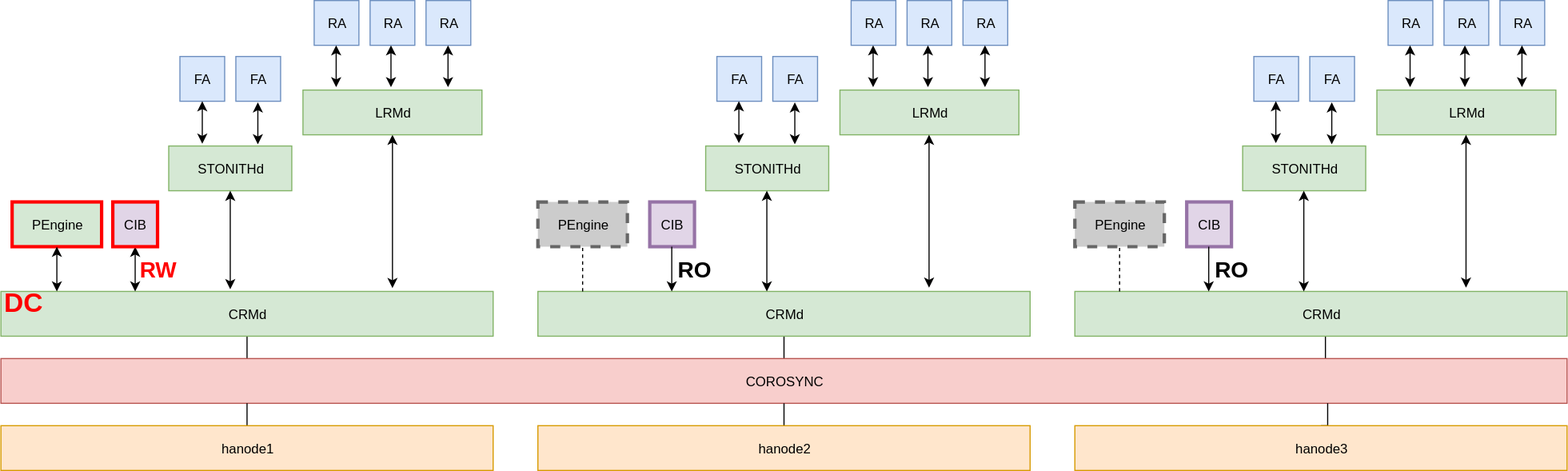
Earlier version of the draw.io export docs/workshop/fr/medias/pcmk_diag1-dc.svg (ClusterLabs/PAF). Source tidied: cells renumbered, new cells last; positions are measured from the earlier drawing's top-left corner, leaving out a move shared by most shapes.
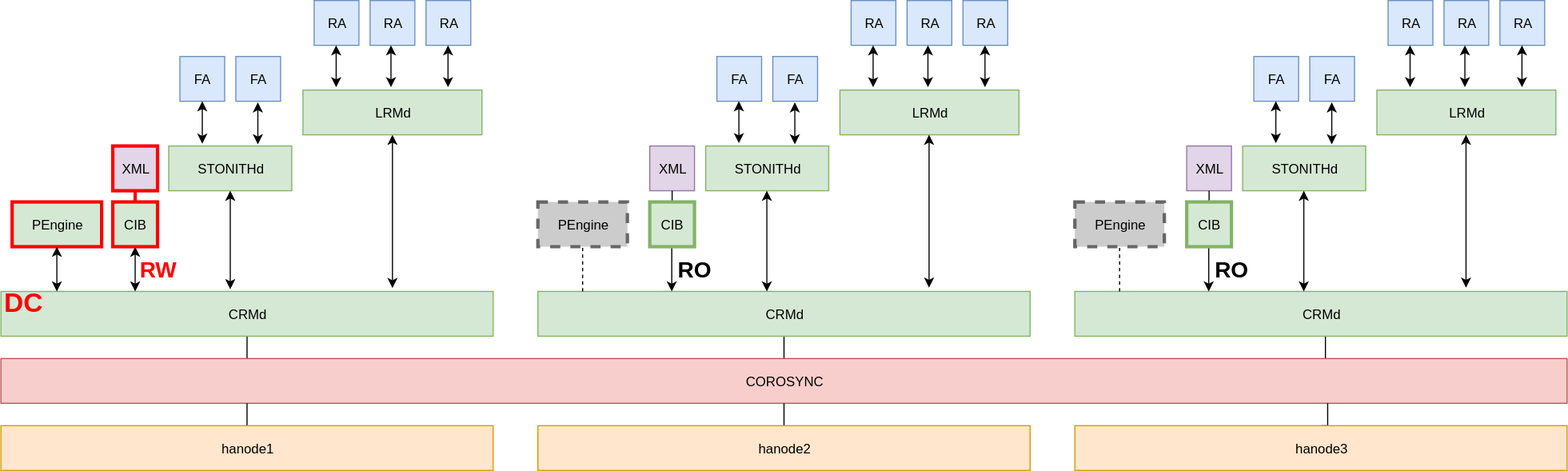
After the commit.

Diff of the diagram source:
```diff
@@ -11,7 +11,7 @@
     <mxCell id="4" style="edgeStyle=orthogonalEdgeStyle;rounded=0;html=1;exitX=0.5;exitY=1;entryX=0.272;entryY=0;entryPerimeter=0;startArrow=classic;startFill=1;endArrow=classic;endFill=1;jettySize=auto;" parent="1" edge="1" source="5" target="3">
       <mxGeometry relative="1" as="geometry" />
     </mxCell>
-    <mxCell id="5" value="CIB" style="rounded=0;whiteSpace=wrap;html=1;fillColor=#e1d5e7;strokeColor=#FF0000;strokeWidth=3;" parent="1" vertex="1">
+    <mxCell id="5" value="CIB" style="rounded=0;whiteSpace=wrap;html=1;fillColor=#d5e8d4;strokeColor=#FF0000;strokeWidth=3;" parent="1" vertex="1">
       <mxGeometry x="100" y="180" width="40" height="40" as="geometry" />
     </mxCell>
     <mxCell id="6" value="STONITHd" style="rounded=0;whiteSpace=wrap;html=1;fillColor=#d5e8d4;strokeColor=#82b366;" parent="1" vertex="1">
@@ -47,9 +47,6 @@
     <mxCell id="16" value="CRMd" style="rounded=0;whiteSpace=wrap;html=1;fillColor=#d5e8d4;strokeColor=#82b366;" parent="1" vertex="1">
       <mxGeometry x="480" y="260" width="440" height="40" as="geometry" />
     </mxCell>
-    <mxCell id="17" value="CIB" style="rounded=0;whiteSpace=wrap;html=1;fillColor=#e1d5e7;strokeColor=#9673a6;strokeWidth=3;" parent="1" vertex="1">
-      <mxGeometry x="580" y="180" width="40" height="40" as="geometry" />
-    </mxCell>
     <mxCell id="18" value="STONITHd" style="rounded=0;whiteSpace=wrap;html=1;fillColor=#d5e8d4;strokeColor=#82b366;" parent="1" vertex="1">
       <mxGeometry x="630" y="130" width="110" height="40" as="geometry" />
     </mxCell>
@@ -77,9 +74,6 @@
     <mxCell id="26" value="CRMd" style="rounded=0;whiteSpace=wrap;html=1;fillColor=#d5e8d4;strokeColor=#82b366;" parent="1" vertex="1">
       <mxGeometry x="960" y="260" width="440" height="40" as="geometry" />
     </mxCell>
-    <mxCell id="27" value="CIB" style="rounded=0;whiteSpace=wrap;html=1;fillColor=#e1d5e7;strokeColor=#9673a6;strokeWidth=3;" parent="1" vertex="1">
-      <mxGeometry x="1060" y="180" width="40" height="40" as="geometry" />
-    </mxCell>
     <mxCell id="28" value="STONITHd" style="rounded=0;whiteSpace=wrap;html=1;fillColor=#d5e8d4;strokeColor=#82b366;" parent="1" vertex="1">
       <mxGeometry x="1110" y="130" width="110" height="40" as="geometry" />
     </mxCell>
@@ -288,5 +282,29 @@
     <mxCell id="73" style="edgeStyle=orthogonalEdgeStyle;rounded=0;html=1;exitX=0.25;exitY=1;entryX=0.25;entryY=1;jettySize=auto;orthogonalLoop=1;fontSize=24;fontColor=#FF0000;" parent="1" edge="1" source="48" target="48">
       <mxGeometry relative="1" as="geometry" />
     </mxCell>
+    <mxCell id="74" value="XML" style="rounded=0;whiteSpace=wrap;html=1;fillColor=#e1d5e7;strokeColor=#9673a6;" parent="1" vertex="1">
+      <mxGeometry x="580" y="130" width="40" height="40" as="geometry" />
+    </mxCell>
+    <mxCell id="75" style="endArrow=none;html=1;fontSize=24;fontColor=#FF0000;exitX=0.5;exitY=0;entryX=0.5;entryY=1;" parent="1" edge="1" source="17" target="74">
+      <mxGeometry relative="1" as="geometry" />
+    </mxCell>
+    <mxCell id="76" value="XML" style="rounded=0;whiteSpace=wrap;html=1;fillColor=#e1d5e7;strokeColor=#9673a6;" parent="1" vertex="1">
+      <mxGeometry x="1060" y="130" width="40" height="40" as="geometry" />
+    </mxCell>
+    <mxCell id="77" style="endArrow=none;html=1;fontSize=24;fontColor=#FF0000;exitX=0.5;exitY=0;entryX=0.5;entryY=1;" parent="1" edge="1" source="27" target="76">
+      <mxGeometry relative="1" as="geometry" />
+    </mxCell>
+    <mxCell id="27" value="CIB" style="rounded=0;whiteSpace=wrap;html=1;fillColor=#d5e8d4;strokeColor=#82b366;strokeWidth=3;" parent="1" vertex="1">
+      <mxGeometry x="1060" y="180" width="40" height="40" as="geometry" />
+    </mxCell>
+    <mxCell id="17" value="CIB" style="rounded=0;whiteSpace=wrap;html=1;fillColor=#d5e8d4;strokeColor=#82b366;strokeWidth=3;" parent="1" vertex="1">
+      <mxGeometry x="580" y="180" width="40" height="40" as="geometry" />
+    </mxCell>
+    <mxCell id="78" value="XML" style="rounded=0;whiteSpace=wrap;html=1;fillColor=#e1d5e7;strokeColor=#FF0000;strokeWidth=3;" parent="1" vertex="1">
+      <mxGeometry x="100" y="130" width="40" height="40" as="geometry" />
+    </mxCell>
+    <mxCell id="79" style="endArrow=none;html=1;fontSize=24;fontColor=#FF0000;entryX=0.5;entryY=1;exitX=0.5;exitY=0;strokeColor=#FF0000;strokeWidth=3;" parent="1" edge="1" source="5" target="78">
+      <mxGeometry relative="1" as="geometry" />
+    </mxCell>
   </root>
 </mxGraphModel>
```
